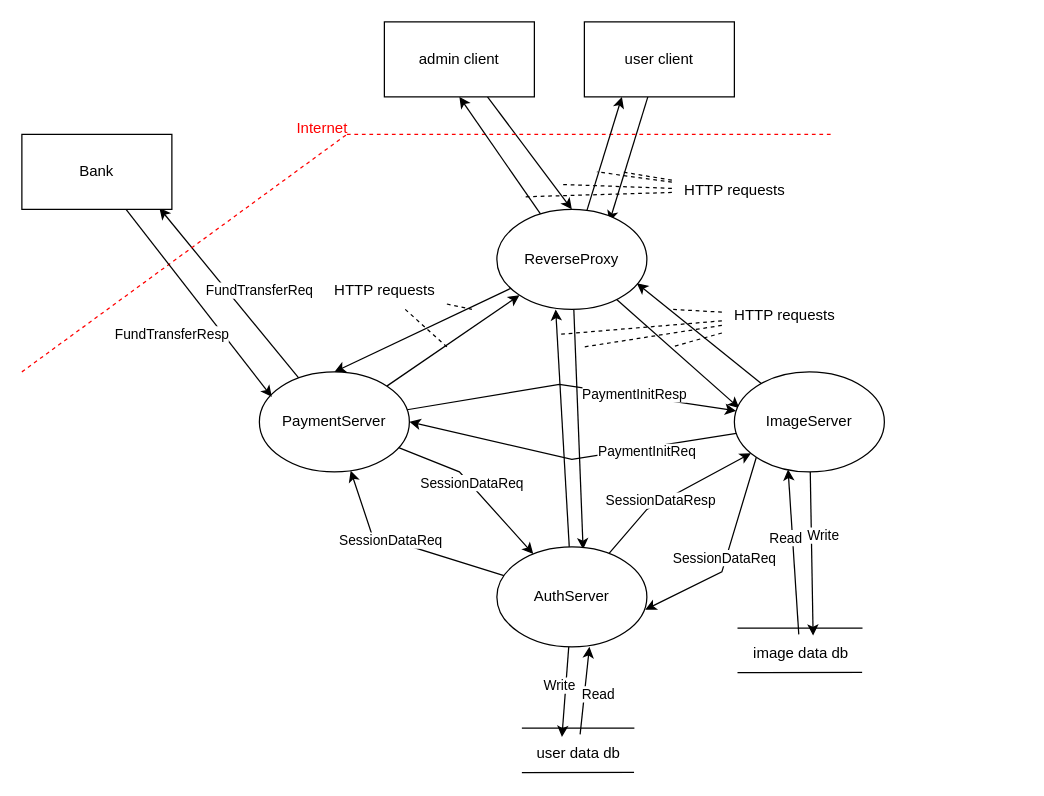
Earlier version of the draw.io diagram page "data flow" (6 of 9) of docs/uml.drawio (jazzysnake/image-swap). Source tidied: cells renumbered, new cells numbered last; positions are measured from the earlier drawing's top-left corner, leaving out a move shared by most shapes. Both pictures are drawn from the tidied source at 125%, with x=0, y=0 at pixel (21, 21).
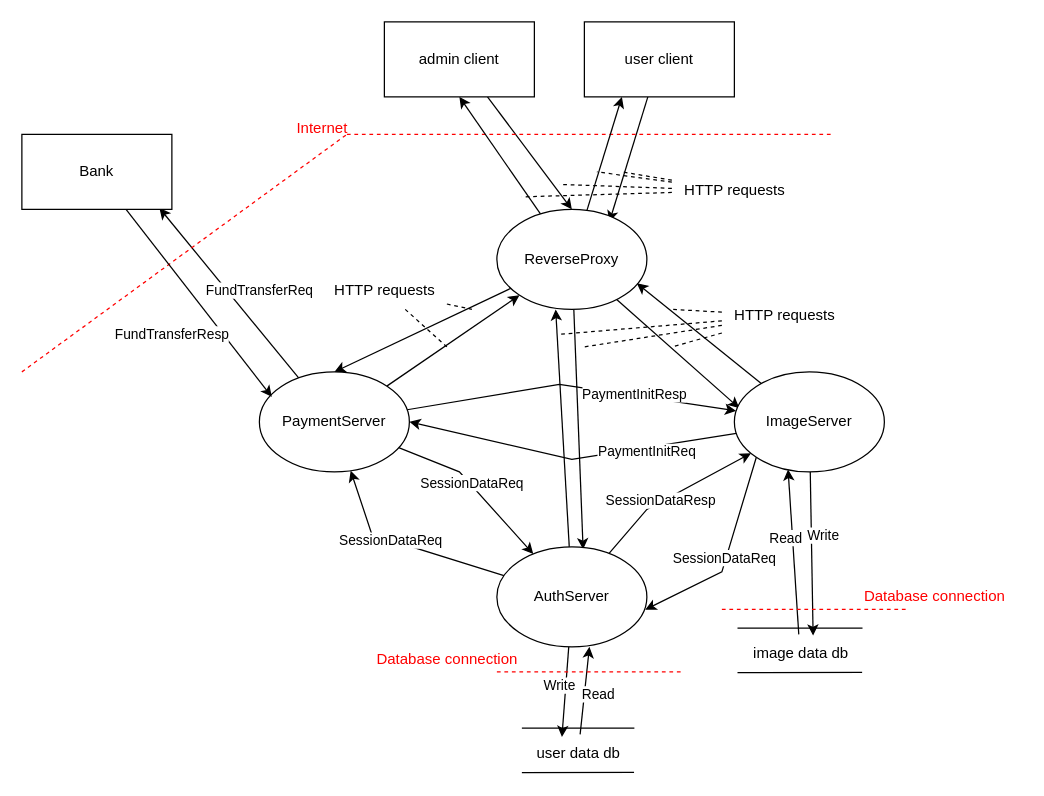
The same diagram, later.

The edit, as a diff of the source:
```diff
@@
+    <mxCell id="67" style="endArrow=none;dashed=1;html=1;rounded=0;strokeColor=#FF0000;" parent="1" edge="1">
+      <mxGeometry relative="1" as="geometry">
+        <mxPoint x="380" y="520" as="sourcePoint" />
+        <mxPoint x="530" y="520" as="targetPoint" />
+      </mxGeometry>
+    </mxCell>
+    <mxCell id="68" value="&lt;font color=&quot;#ff0000&quot;&gt;Database connection&lt;/font&gt;" style="text;html=1;align=center;verticalAlign=middle;strokeColor=none;fillColor=none;" parent="1" vertex="1">
+      <mxGeometry x="270" y="495" width="140" height="30" as="geometry" />
+    </mxCell>
+    <mxCell id="69" style="endArrow=none;dashed=1;html=1;rounded=0;strokeColor=#FF0000;" parent="1" edge="1">
+      <mxGeometry relative="1" as="geometry">
+        <mxPoint x="560" y="470" as="sourcePoint" />
+        <mxPoint x="710" y="470" as="targetPoint" />
+      </mxGeometry>
+    </mxCell>
+    <mxCell id="70" value="&lt;font color=&quot;#ff0000&quot;&gt;Database connection&lt;/font&gt;" style="text;html=1;align=center;verticalAlign=middle;strokeColor=none;fillColor=none;" parent="1" vertex="1">
+      <mxGeometry x="660" y="445" width="140" height="30" as="geometry" />
+    </mxCell>
```
